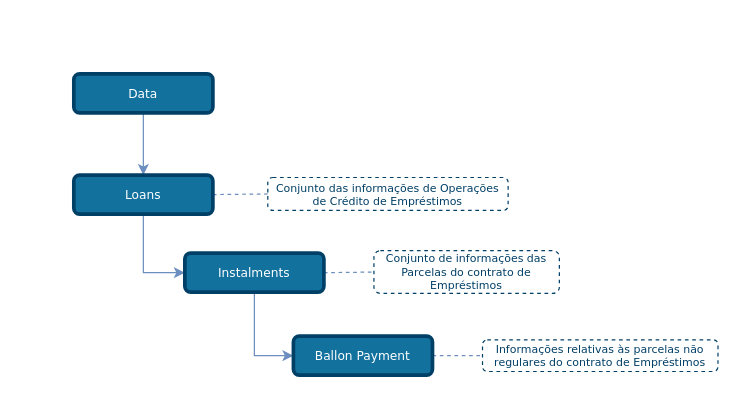
The draw.io diagram draw_io_diagrams/loans/TLD_Loans_Instalments.drawio in OpenBanking-Brasil/areadesenvolvedor, before the edit. Source tidied: cells renumbered, new cells numbered last; positions are measured from the earlier drawing's top-left corner, leaving out a move shared by most shapes. Both pictures are drawn from the tidied source at 122%, with x=0, y=0 at pixel (73, 73).
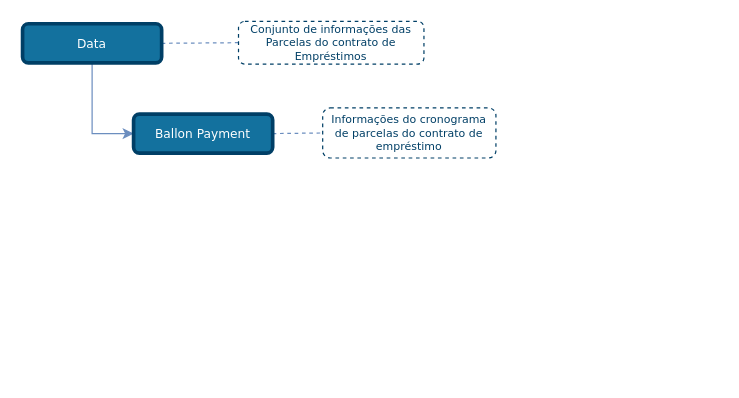
Above is the later version.

The edit, as a diff of the source:
```diff
@@
 <mxGraphModel>
   <root>
     <mxCell id="0" />
     <mxCell id="1" parent="0" />
-    <mxCell id="2" style="edgeStyle=none;rounded=1;jettySize=auto;html=1;entryX=0;entryY=0.5;entryDx=0;entryDy=0;dashed=1;endArrow=none;endFill=0;endSize=6;strokeColor=#6C8EBF;exitX=1;exitY=0.5;exitDx=0;exitDy=0;" parent="1" edge="1" source="13" target="8">
+    <mxCell id="2" style="edgeStyle=none;rounded=1;jettySize=auto;html=1;entryX=0;entryY=0.5;entryDx=0;entryDy=0;dashed=1;endArrow=none;endFill=0;endSize=6;strokeColor=#6C8EBF;exitX=1;exitY=0.5;exitDx=0;exitDy=0;" parent="1" edge="1" source="12" target="8">
       <mxGeometry relative="1" as="geometry" />
     </mxCell>
-    <mxCell id="3" style="edgeStyle=orthogonalEdgeStyle;rounded=0;jettySize=auto;html=1;entryX=0.5;entryY=0;entryDx=0;entryDy=0;endSize=6;fillColor=#dae8fc;strokeColor=#6c8ebf;comic=0;shadow=0;backgroundOutline=0;snapToPoint=0;fixDash=0;endArrow=classic;endFill=1;exitX=0.5;exitY=1;exitDx=0;exitDy=0;" parent="1" edge="1" source="12" target="6">
-      <mxGeometry relative="1" as="geometry" />
-    </mxCell>
-    <mxCell id="4" style="edgeStyle=orthogonalEdgeStyle;rounded=0;jettySize=auto;html=1;exitX=0.5;exitY=1;exitDx=0;exitDy=0;entryX=0;entryY=0.5;entryDx=0;entryDy=0;strokeColor=#6C8EBF;endArrow=classic;endFill=1;" parent="1" edge="1" source="6" target="13">
-      <mxGeometry relative="1" as="geometry" />
-    </mxCell>
-    <mxCell id="5" style="edgeStyle=none;rounded=1;jettySize=auto;html=1;exitX=1;exitY=0.5;exitDx=0;exitDy=0;entryX=0;entryY=0.5;entryDx=0;entryDy=0;dashed=1;endArrow=none;endFill=0;endSize=6;strokeColor=#6C8EBF;" parent="1" edge="1" source="6" target="7">
-      <mxGeometry relative="1" as="geometry" />
-    </mxCell>
-    <mxCell id="6" value="Loans" style="rounded=1;whiteSpace=wrap;html=1;comic=0;shadow=0;backgroundOutline=0;snapToPoint=0;fixDash=0;strokeWidth=3;fontFamily=Verdana;fontStyle=0;labelBackgroundColor=none;labelBorderColor=none;fontSize=10;fillColor=#13719E;strokeColor=#003F66;fontColor=#ffffff;" parent="1" vertex="1">
-      <mxGeometry y="83" width="114" height="32" as="geometry" />
-    </mxCell>
-    <mxCell id="7" value="&lt;font style=&quot;font-size: 9px&quot;&gt;Conjunto das informações de Operações de Crédito de Empréstimos&lt;/font&gt;" style="rounded=1;whiteSpace=wrap;html=1;shadow=0;comic=0;strokeColor=#003F66;strokeWidth=1;fillColor=#ffffff;fontFamily=Verdana;fontSize=9;fontColor=#003F66;dashed=1;spacingLeft=5;spacing=0;spacingRight=5;spacingBottom=5;spacingTop=5;align=center;verticalAlign=middle;gradientColor=#ffffff;" parent="1" vertex="1">
-      <mxGeometry x="159" y="85" width="197" height="27" as="geometry" />
-    </mxCell>
     <mxCell id="8" value="&lt;font style=&quot;font-size: 9px&quot;&gt;Conjunto de informações das Parcelas do contrato de Empréstimos&lt;/font&gt;" style="rounded=1;whiteSpace=wrap;html=1;shadow=0;comic=0;strokeColor=#003F66;strokeWidth=1;fillColor=#ffffff;fontFamily=Verdana;fontSize=9;fontColor=#003F66;dashed=1;spacingLeft=5;spacing=0;spacingRight=5;spacingBottom=5;spacingTop=5;align=center;verticalAlign=middle;gradientColor=#ffffff;" parent="1" vertex="1">
-      <mxGeometry x="246" y="145" width="152" height="35" as="geometry" />
+      <mxGeometry x="135" y="-43" width="152" height="35" as="geometry" />
     </mxCell>
     <mxCell id="9" style="edgeStyle=none;rounded=1;jettySize=auto;html=1;entryX=0;entryY=0.5;entryDx=0;entryDy=0;dashed=1;endArrow=none;endFill=0;endSize=6;strokeColor=#6C8EBF;exitX=1;exitY=0.5;exitDx=0;exitDy=0;" parent="1" edge="1" source="14" target="10">
       <mxGeometry relative="1" as="geometry" />
     </mxCell>
-    <mxCell id="10" value="&lt;font style=&quot;font-size: 9px&quot;&gt;Informações relativas às parcelas não regulares do contrato de Empréstimos&lt;/font&gt;" style="rounded=1;whiteSpace=wrap;html=1;shadow=0;comic=0;strokeColor=#003F66;strokeWidth=1;fillColor=#ffffff;fontFamily=Verdana;fontSize=9;fontColor=#003F66;dashed=1;spacingLeft=5;spacing=0;spacingRight=5;spacingBottom=5;spacingTop=5;align=center;verticalAlign=middle;gradientColor=#ffffff;" parent="1" vertex="1">
-      <mxGeometry x="335" y="218" width="193" height="26" as="geometry" />
+    <mxCell id="10" value="&lt;font style=&quot;font-size: 9px&quot;&gt;Informações do cronograma de parcelas do contrato de empréstimo&lt;/font&gt;" style="rounded=1;whiteSpace=wrap;html=1;shadow=0;comic=0;strokeColor=#003F66;strokeWidth=1;fillColor=#ffffff;fontFamily=Verdana;fontSize=9;fontColor=#003F66;dashed=1;spacingLeft=5;spacing=0;spacingRight=5;spacingBottom=5;spacingTop=5;align=center;verticalAlign=middle;gradientColor=#ffffff;" parent="1" vertex="1">
+      <mxGeometry x="204" y="28" width="142" height="41" as="geometry" />
     </mxCell>
-    <mxCell id="11" style="edgeStyle=orthogonalEdgeStyle;rounded=0;jettySize=auto;html=1;exitX=0.5;exitY=1;exitDx=0;exitDy=0;entryX=0;entryY=0.5;entryDx=0;entryDy=0;strokeColor=#6C8EBF;endArrow=classic;endFill=1;" parent="1" edge="1" source="13" target="14">
+    <mxCell id="11" style="edgeStyle=orthogonalEdgeStyle;rounded=0;jettySize=auto;html=1;exitX=0.5;exitY=1;exitDx=0;exitDy=0;entryX=0;entryY=0.5;entryDx=0;entryDy=0;strokeColor=#6C8EBF;endArrow=classic;endFill=1;" parent="1" edge="1" source="12" target="14">
       <mxGeometry relative="1" as="geometry" />
     </mxCell>
     <mxCell id="12" value="Data" style="rounded=1;whiteSpace=wrap;html=1;comic=0;shadow=0;backgroundOutline=0;snapToPoint=0;fixDash=0;strokeWidth=3;fontFamily=Verdana;fontStyle=0;labelBackgroundColor=none;labelBorderColor=none;fontSize=10;fillColor=#13719E;strokeColor=#003F66;fontColor=#ffffff;" parent="1" vertex="1">
-      <mxGeometry width="114" height="32" as="geometry" />
+      <mxGeometry x="-42" y="-41" width="114" height="32" as="geometry" />
     </mxCell>
-    <mxCell id="13" value="Instalments" style="rounded=1;whiteSpace=wrap;html=1;comic=0;shadow=0;backgroundOutline=0;snapToPoint=0;fixDash=0;strokeWidth=3;fontFamily=Verdana;fontStyle=0;labelBackgroundColor=none;labelBorderColor=none;fontSize=10;fillColor=#13719E;strokeColor=#003F66;fontColor=#ffffff;" parent="1" vertex="1">
-      <mxGeometry x="91" y="147" width="114" height="32" as="geometry" />
-    </mxCell>
     <mxCell id="14" value="Ballon Payment" style="rounded=1;whiteSpace=wrap;html=1;comic=0;shadow=0;backgroundOutline=0;snapToPoint=0;fixDash=0;strokeWidth=3;fontFamily=Verdana;fontStyle=0;labelBackgroundColor=none;labelBorderColor=none;fontSize=10;fillColor=#13719E;strokeColor=#003F66;fontColor=#ffffff;" parent="1" vertex="1">
-      <mxGeometry x="180" y="215" width="114" height="32" as="geometry" />
+      <mxGeometry x="49" y="33" width="114" height="32" as="geometry" />
     </mxCell>
   </root>
 </mxGraphModel>
```
